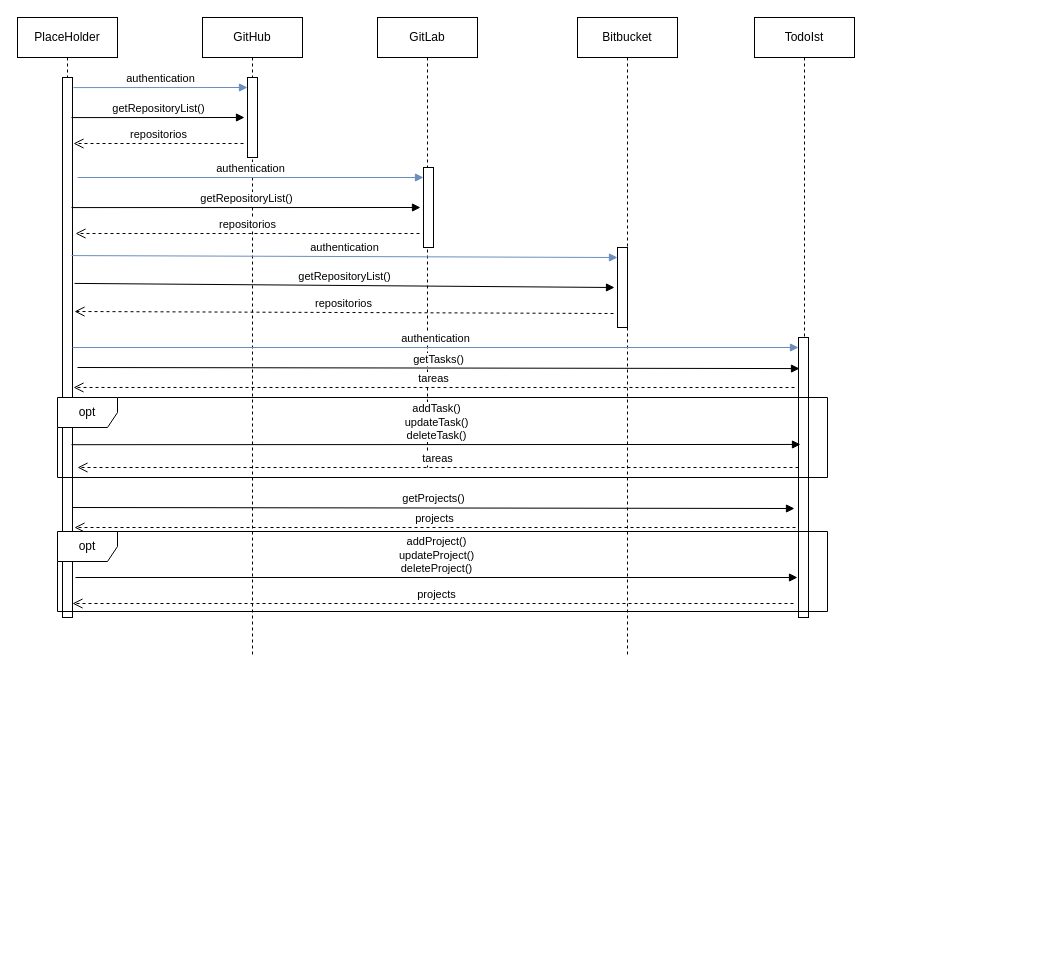
Before: Diagramas/Diagrama de secuencia alto nivel.drawio in ivasandom/AISS-Project-PlaceHolder, a draw.io diagram. Source tidied: cells renumbered, new cells numbered last; positions are measured from the earlier drawing's top-left corner, leaving out a move shared by most shapes. Both pictures are drawn from the tidied source at 100%, with x=0, y=0 at pixel (17, 17).
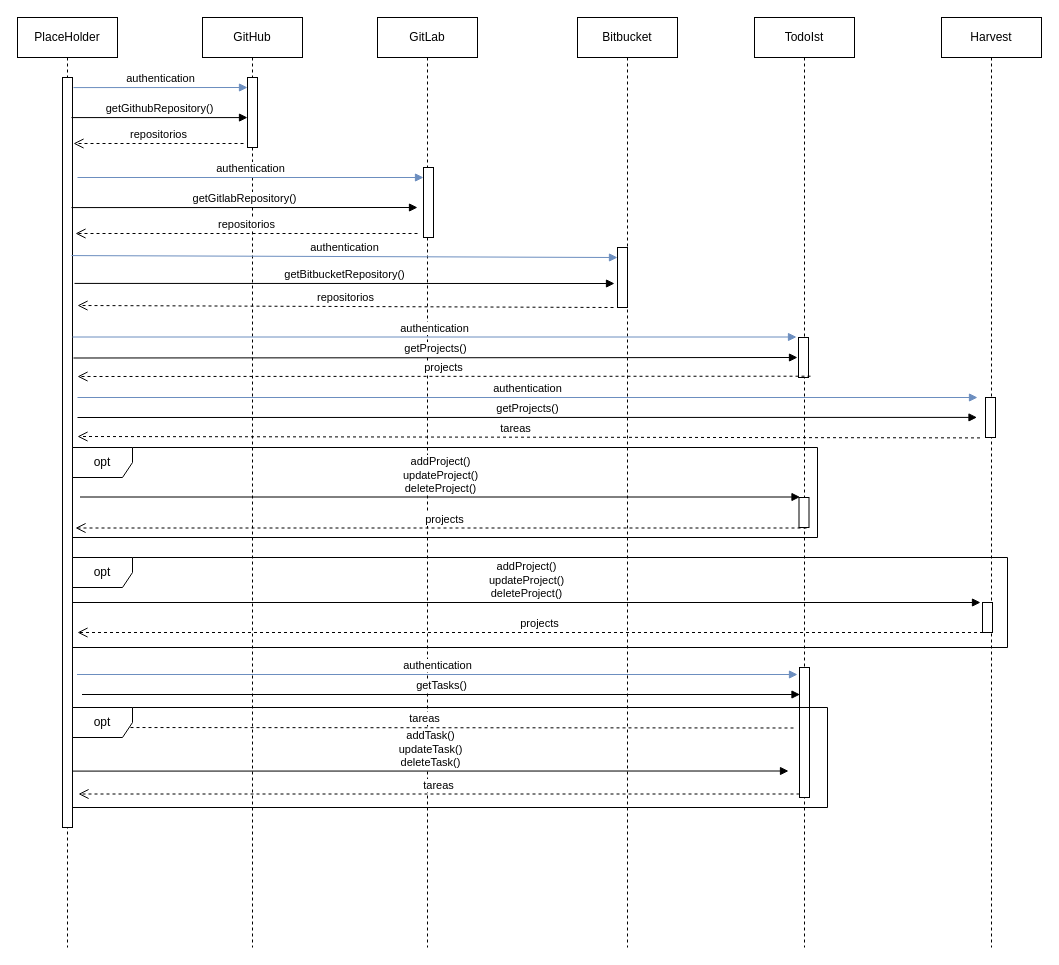
The same diagram, later.

The change refers to these unchanged cells:
```xml
<mxCell id="3" style="html=1;points=[];perimeter=orthogonalPerimeter;fillColor=#FFFFFF;gradientColor=none;" parent="2" vertex="1">
  <mxGeometry x="45" y="60" width="10" height="240" as="geometry" />
</mxCell>
```

What changed in the source:
```diff
@@
     <mxCell id="2" value="PlaceHolder" style="shape=umlLifeline;perimeter=lifelinePerimeter;whiteSpace=wrap;html=1;fillColor=#FFFFFF;gradientColor=none;" parent="1" vertex="1">
-      <mxGeometry width="100" height="600" as="geometry" />
+      <mxGeometry width="100" height="930" as="geometry" />
     </mxCell>
@@
     <mxCell id="4" style="html=1;points=[];perimeter=orthogonalPerimeter;fillColor=#FFFFFF;gradientColor=none;" parent="2" vertex="1">
-      <mxGeometry x="45" y="60" width="10" height="540" as="geometry" />
+      <mxGeometry x="45" y="60" width="10" height="750" as="geometry" />
     </mxCell>
     <mxCell id="5" value="GitHub" style="shape=umlLifeline;perimeter=lifelinePerimeter;whiteSpace=wrap;html=1;fillColor=#FFFFFF;gradientColor=none;" parent="1" vertex="1">
-      <mxGeometry x="185" width="100" height="640" as="geometry" />
+      <mxGeometry x="185" width="100" height="930" as="geometry" />
     </mxCell>
     <mxCell id="6" style="html=1;points=[];perimeter=orthogonalPerimeter;fillColor=#FFFFFF;gradientColor=none;" parent="5" vertex="1">
-      <mxGeometry x="45" y="60" width="10" height="80" as="geometry" />
+      <mxGeometry x="45" y="60" width="10" height="70" as="geometry" />
     </mxCell>
     <mxCell id="7" value="GitLab" style="shape=umlLifeline;perimeter=lifelinePerimeter;whiteSpace=wrap;html=1;fillColor=#FFFFFF;gradientColor=none;" parent="1" vertex="1">
-      <mxGeometry x="360" width="100" height="450" as="geometry" />
+      <mxGeometry x="360" width="100" height="930" as="geometry" />
     </mxCell>
     <mxCell id="8" style="html=1;points=[];perimeter=orthogonalPerimeter;fillColor=#FFFFFF;gradientColor=none;" parent="7" vertex="1">
-      <mxGeometry x="46" y="150" width="10" height="80" as="geometry" />
+      <mxGeometry x="46" y="150" width="10" height="70" as="geometry" />
     </mxCell>
@@
     <mxCell id="10" value="Bitbucket" style="shape=umlLifeline;perimeter=lifelinePerimeter;whiteSpace=wrap;html=1;fillColor=#FFFFFF;gradientColor=none;" parent="1" vertex="1">
-      <mxGeometry x="560" width="100" height="640" as="geometry" />
+      <mxGeometry x="560" width="100" height="930" as="geometry" />
     </mxCell>
     <mxCell id="11" style="html=1;points=[];perimeter=orthogonalPerimeter;fillColor=#FFFFFF;gradientColor=none;" parent="10" vertex="1">
-      <mxGeometry x="40" y="230" width="10" height="80" as="geometry" />
+      <mxGeometry x="40" y="230" width="10" height="60" as="geometry" />
     </mxCell>
@@
     <mxCell id="13" value="TodoIst" style="shape=umlLifeline;perimeter=lifelinePerimeter;whiteSpace=wrap;html=1;fillColor=#FFFFFF;gradientColor=none;" parent="1" vertex="1">
-      <mxGeometry x="737" width="100" height="600" as="geometry" />
+      <mxGeometry x="737" width="100" height="930" as="geometry" />
     </mxCell>
     <mxCell id="14" style="html=1;points=[];perimeter=orthogonalPerimeter;fillColor=#FFFFFF;gradientColor=none;" parent="13" vertex="1">
-      <mxGeometry x="44" y="320" width="10" height="280" as="geometry" />
+      <mxGeometry x="44" y="320" width="10" height="40" as="geometry" />
     </mxCell>
-    <mxCell id="15" value="authentication" style="html=1;verticalAlign=bottom;endArrow=block;entryX=0;entryY=0;fillColor=#dae8fc;strokeColor=#6c8ebf;rounded=1;" parent="13" edge="1" source="4">
-      <mxGeometry relative="1" as="geometry">
-        <mxPoint x="44" y="330" as="targetPoint" />
-      </mxGeometry>
-    </mxCell>
-    <mxCell id="16" value="tareas" style="html=1;verticalAlign=bottom;endArrow=open;dashed=1;endSize=8;strokeColor=#000000;entryX=1.1;entryY=0.574;entryDx=0;entryDy=0;entryPerimeter=0;" parent="13" edge="1" target="4">
-      <mxGeometry relative="1" as="geometry">
-        <mxPoint x="40" y="370" as="sourcePoint" />
-      </mxGeometry>
-    </mxCell>
@@
-    <mxCell id="18" value="getRepositoryList()" style="html=1;verticalAlign=bottom;endArrow=block;strokeColor=#000000;entryX=-0.3;entryY=0.5;entryDx=0;entryDy=0;entryPerimeter=0;exitX=0.9;exitY=0.167;exitDx=0;exitDy=0;exitPerimeter=0;" parent="1" edge="1" source="3" target="6">
+    <mxCell id="18" value="getGithubRepository()" style="html=1;verticalAlign=bottom;endArrow=block;strokeColor=#000000;exitX=0.9;exitY=0.167;exitDx=0;exitDy=0;exitPerimeter=0;" parent="1" edge="1" source="3" target="6">
       <mxGeometry relative="1" as="geometry" />
     </mxCell>
-    <mxCell id="19" value="repositorios" style="html=1;verticalAlign=bottom;endArrow=open;dashed=1;endSize=8;strokeColor=#000000;exitX=-0.4;exitY=0.825;exitDx=0;exitDy=0;exitPerimeter=0;entryX=1.1;entryY=0.275;entryDx=0;entryDy=0;entryPerimeter=0;" parent="1" edge="1" source="6" target="3">
-      <mxGeometry relative="1" as="geometry" />
+    <mxCell id="19" value="repositorios" style="html=1;verticalAlign=bottom;endArrow=open;dashed=1;endSize=8;strokeColor=#000000;entryX=1.1;entryY=0.275;entryDx=0;entryDy=0;entryPerimeter=0;" parent="1" edge="1" target="3">
+      <mxGeometry relative="1" as="geometry">
+        <mxPoint x="226" y="126" as="sourcePoint" />
+      </mxGeometry>
     </mxCell>
-    <mxCell id="20" value="getRepositoryList()" style="html=1;verticalAlign=bottom;endArrow=block;strokeColor=#000000;entryX=-0.3;entryY=0.5;entryDx=0;entryDy=0;entryPerimeter=0;exitX=0.9;exitY=0.542;exitDx=0;exitDy=0;exitPerimeter=0;" parent="1" edge="1" source="3" target="8">
-      <mxGeometry relative="1" as="geometry" />
+    <mxCell id="20" value="getGitlabRepository()" style="html=1;verticalAlign=bottom;endArrow=block;strokeColor=#000000;exitX=0.9;exitY=0.542;exitDx=0;exitDy=0;exitPerimeter=0;" parent="1" edge="1" source="3">
+      <mxGeometry relative="1" as="geometry">
+        <mxPoint x="400" y="190" as="targetPoint" />
+      </mxGeometry>
     </mxCell>
-    <mxCell id="21" value="repositorios" style="html=1;verticalAlign=bottom;endArrow=open;dashed=1;endSize=8;strokeColor=#000000;exitX=-0.4;exitY=0.825;exitDx=0;exitDy=0;exitPerimeter=0;entryX=1.3;entryY=0.65;entryDx=0;entryDy=0;entryPerimeter=0;" parent="1" edge="1" source="8" target="3">
-      <mxGeometry relative="1" as="geometry" />
+    <mxCell id="21" value="repositorios" style="html=1;verticalAlign=bottom;endArrow=open;dashed=1;endSize=8;strokeColor=#000000;entryX=1.3;entryY=0.65;entryDx=0;entryDy=0;entryPerimeter=0;" parent="1" edge="1" target="3">
+      <mxGeometry relative="1" as="geometry">
+        <mxPoint x="400" y="216" as="sourcePoint" />
+      </mxGeometry>
     </mxCell>
-    <mxCell id="22" value="getRepositoryList()" style="html=1;verticalAlign=bottom;endArrow=block;strokeColor=#000000;entryX=-0.3;entryY=0.5;entryDx=0;entryDy=0;entryPerimeter=0;exitX=1.2;exitY=0.858;exitDx=0;exitDy=0;exitPerimeter=0;" parent="1" edge="1" source="3" target="11">
-      <mxGeometry relative="1" as="geometry" />
+    <mxCell id="22" value="getBitbucketRepository()" style="html=1;verticalAlign=bottom;endArrow=block;strokeColor=#000000;exitX=1.2;exitY=0.858;exitDx=0;exitDy=0;exitPerimeter=0;" parent="1" edge="1" source="3">
+      <mxGeometry relative="1" as="geometry">
+        <mxPoint x="597" y="266" as="targetPoint" />
+      </mxGeometry>
     </mxCell>
-    <mxCell id="23" value="repositorios" style="html=1;verticalAlign=bottom;endArrow=open;dashed=1;endSize=8;strokeColor=#000000;exitX=-0.4;exitY=0.825;exitDx=0;exitDy=0;exitPerimeter=0;entryX=1.2;entryY=0.975;entryDx=0;entryDy=0;entryPerimeter=0;" parent="1" edge="1" source="11" target="3">
-      <mxGeometry relative="1" as="geometry" />
+    <mxCell id="23" value="repositorios" style="html=1;verticalAlign=bottom;endArrow=open;dashed=1;endSize=8;strokeColor=#000000;" parent="1" edge="1">
+      <mxGeometry relative="1" as="geometry">
+        <mxPoint x="596" y="290" as="sourcePoint" />
+        <mxPoint x="60" y="288" as="targetPoint" />
+      </mxGeometry>
     </mxCell>
-    <mxCell id="24" value="getTasks()" style="html=1;verticalAlign=bottom;endArrow=block;strokeColor=#000000;entryX=0.1;entryY=0.111;entryDx=0;entryDy=0;entryPerimeter=0;" parent="1" edge="1" target="14">
-      <mxGeometry relative="1" as="geometry">
-        <mxPoint x="60" y="350" as="sourcePoint" />
-      </mxGeometry>
-    </mxCell>
-    <mxCell id="25" value="&lt;div&gt;addTask()&lt;/div&gt;&lt;div&gt;updateTask()&lt;/div&gt;&lt;div&gt;deleteTask()&lt;br&gt;&lt;/div&gt;" style="html=1;verticalAlign=bottom;endArrow=block;strokeColor=#000000;exitX=0.9;exitY=0.68;exitDx=0;exitDy=0;exitPerimeter=0;entryX=0.2;entryY=0.382;entryDx=0;entryDy=0;entryPerimeter=0;" parent="1" edge="1" source="4" target="14">
-      <mxGeometry relative="1" as="geometry" />
+    <mxCell id="25" value="&lt;div&gt;addTask()&lt;/div&gt;&lt;div&gt;updateTask()&lt;/div&gt;&lt;div&gt;deleteTask()&lt;br&gt;&lt;/div&gt;" style="html=1;verticalAlign=bottom;endArrow=block;strokeColor=#000000;exitX=0.9;exitY=0.68;exitDx=0;exitDy=0;exitPerimeter=0;" parent="1" edge="1">
+      <mxGeometry relative="1" as="geometry">
+        <mxPoint x="55.1" y="753.6" as="sourcePoint" />
+        <mxPoint x="771" y="753.5" as="targetPoint" />
+      </mxGeometry>
     </mxCell>
-    <mxCell id="26" value="opt" style="shape=umlFrame;whiteSpace=wrap;html=1;fillColor=#FFFFFF;gradientColor=none;" parent="1" vertex="1">
-      <mxGeometry x="40" y="380" width="770" height="80" as="geometry" />
-    </mxCell>
     <mxCell id="27" value="tareas" style="html=1;verticalAlign=bottom;endArrow=open;dashed=1;endSize=8;strokeColor=#000000;entryX=1.1;entryY=0.574;entryDx=0;entryDy=0;entryPerimeter=0;" parent="1" edge="1">
       <mxGeometry relative="1" as="geometry">
-        <mxPoint x="781" y="450" as="sourcePoint" />
-        <mxPoint x="60" y="450" as="targetPoint" />
+        <mxPoint x="782" y="776.5" as="sourcePoint" />
+        <mxPoint x="61" y="776.5" as="targetPoint" />
       </mxGeometry>
     </mxCell>
-    <mxCell id="28" value="getProjects()" style="html=1;verticalAlign=bottom;endArrow=block;strokeColor=#000000;entryX=0.1;entryY=0.111;entryDx=0;entryDy=0;entryPerimeter=0;" parent="1" edge="1">
+    <mxCell id="28" value="getProjects()" style="html=1;verticalAlign=bottom;endArrow=block;strokeColor=#000000;" parent="1" edge="1">
       <mxGeometry relative="1" as="geometry">
-        <mxPoint x="55" y="490" as="sourcePoint" />
-        <mxPoint x="777" y="491" as="targetPoint" />
+        <mxPoint x="56" y="340.5" as="sourcePoint" />
+        <mxPoint x="780" y="340" as="targetPoint" />
       </mxGeometry>
     </mxCell>
-    <mxCell id="29" value="projects" style="html=1;verticalAlign=bottom;endArrow=open;dashed=1;endSize=8;strokeColor=#000000;entryX=1.1;entryY=0.574;entryDx=0;entryDy=0;entryPerimeter=0;" parent="1" edge="1">
+    <mxCell id="29" value="projects" style="html=1;verticalAlign=bottom;endArrow=open;dashed=1;endSize=8;strokeColor=#000000;" parent="1" edge="1">
       <mxGeometry relative="1" as="geometry">
-        <mxPoint x="778" y="510" as="sourcePoint" />
-        <mxPoint x="57" y="510" as="targetPoint" />
+        <mxPoint x="793" y="358.7" as="sourcePoint" />
+        <mxPoint x="60" y="359" as="targetPoint" />
       </mxGeometry>
     </mxCell>
-    <mxCell id="30" value="&lt;div&gt;addProject()&lt;/div&gt;&lt;div&gt;updateProject()&lt;/div&gt;&lt;div&gt;deleteProject()&lt;br&gt;&lt;/div&gt;" style="html=1;verticalAlign=bottom;endArrow=block;strokeColor=#000000;exitX=0.9;exitY=0.68;exitDx=0;exitDy=0;exitPerimeter=0;" parent="1" edge="1">
+    <mxCell id="30" value="&lt;div&gt;addProject()&lt;/div&gt;&lt;div&gt;updateProject()&lt;/div&gt;&lt;div&gt;deleteProject()&lt;br&gt;&lt;/div&gt;" style="html=1;verticalAlign=bottom;endArrow=block;strokeColor=#000000;" parent="1" edge="1">
       <mxGeometry relative="1" as="geometry">
-        <mxPoint x="58" y="560" as="sourcePoint" />
-        <mxPoint x="780" y="560" as="targetPoint" />
+        <mxPoint x="62.5" y="479.5" as="sourcePoint" />
+        <mxPoint x="782.5" y="479.5" as="targetPoint" />
       </mxGeometry>
     </mxCell>
-    <mxCell id="31" value="projects&lt;br&gt;" style="html=1;verticalAlign=bottom;endArrow=open;dashed=1;endSize=8;strokeColor=#000000;entryX=1.1;entryY=0.574;entryDx=0;entryDy=0;entryPerimeter=0;" parent="1" edge="1">
+    <mxCell id="31" value="projects&lt;br&gt;" style="html=1;verticalAlign=bottom;endArrow=open;dashed=1;endSize=8;strokeColor=#000000;" parent="1" edge="1">
       <mxGeometry x="-0.01" relative="1" as="geometry">
-        <mxPoint x="776" y="586" as="sourcePoint" />
-        <mxPoint x="55" y="586" as="targetPoint" />
+        <mxPoint x="789" y="510.5" as="sourcePoint" />
+        <mxPoint x="58" y="510.5" as="targetPoint" />
       </mxGeometry>
     </mxCell>
     <mxCell id="32" value="opt" style="shape=umlFrame;whiteSpace=wrap;html=1;fillColor=#FFFFFF;gradientColor=none;" parent="1" vertex="1">
-      <mxGeometry x="40" y="514" width="770" height="80" as="geometry" />
+      <mxGeometry x="55" y="430" width="745" height="90" as="geometry" />
     </mxCell>
+    <mxCell id="33" value="Harvest" style="shape=umlLifeline;perimeter=lifelinePerimeter;whiteSpace=wrap;html=1;fillColor=#FFFFFF;gradientColor=none;" parent="1" vertex="1">
+      <mxGeometry x="924" width="100" height="930" as="geometry" />
+    </mxCell>
+    <mxCell id="34" style="html=1;perimeter=orthogonalPerimeter;fillColor=#FFFFFF;gradientColor=none;" parent="33" vertex="1">
+      <mxGeometry x="44" y="380" width="10" height="40" as="geometry" />
+    </mxCell>
+    <mxCell id="35" value="authentication" style="html=1;verticalAlign=bottom;endArrow=block;fillColor=#dae8fc;strokeColor=#6c8ebf;rounded=1;" parent="1" edge="1">
+      <mxGeometry relative="1" as="geometry">
+        <mxPoint x="55" y="319.5" as="sourcePoint" />
+        <mxPoint x="779" y="319.5" as="targetPoint" />
+      </mxGeometry>
+    </mxCell>
+    <mxCell id="36" value="&lt;div&gt;getProjects()&lt;/div&gt;" style="html=1;verticalAlign=bottom;endArrow=block;strokeColor=#000000;" parent="1" edge="1">
+      <mxGeometry relative="1" as="geometry">
+        <mxPoint x="60" y="400" as="sourcePoint" />
+        <mxPoint x="959.5" y="399.9" as="targetPoint" />
+      </mxGeometry>
+    </mxCell>
+    <mxCell id="37" value="tareas" style="html=1;verticalAlign=bottom;endArrow=open;dashed=1;endSize=8;strokeColor=#000000;" parent="1" edge="1">
+      <mxGeometry x="0.03" relative="1" as="geometry">
+        <mxPoint x="962.5" y="420.4" as="sourcePoint" />
+        <mxPoint x="60" y="419" as="targetPoint" />
+      </mxGeometry>
+    </mxCell>
+    <mxCell id="38" value="authentication" style="html=1;verticalAlign=bottom;endArrow=block;fillColor=#dae8fc;strokeColor=#6c8ebf;rounded=1;" parent="1" edge="1">
+      <mxGeometry relative="1" as="geometry">
+        <mxPoint x="60" y="380" as="sourcePoint" />
+        <mxPoint x="960" y="380" as="targetPoint" />
+      </mxGeometry>
+    </mxCell>
+    <mxCell id="39" style="html=1;perimeter=orthogonalPerimeter;fillColor=#FFFFFF;gradientColor=none;" parent="1" vertex="1">
+      <mxGeometry x="781.5" y="480" width="10" height="30" as="geometry" />
+    </mxCell>
+    <mxCell id="40" value="&lt;div&gt;addProject()&lt;/div&gt;&lt;div&gt;updateProject()&lt;/div&gt;&lt;div&gt;deleteProject()&lt;br&gt;&lt;/div&gt;" style="html=1;verticalAlign=bottom;endArrow=block;strokeColor=#000000;" parent="1" edge="1">
+      <mxGeometry relative="1" as="geometry">
+        <mxPoint x="55" y="585" as="sourcePoint" />
+        <mxPoint x="963" y="585" as="targetPoint" />
+      </mxGeometry>
+    </mxCell>
+    <mxCell id="41" value="projects&lt;br&gt;" style="html=1;verticalAlign=bottom;endArrow=open;dashed=1;endSize=8;strokeColor=#000000;" parent="1" edge="1">
+      <mxGeometry x="-0.02" relative="1" as="geometry">
+        <mxPoint x="965.5" y="615" as="sourcePoint" />
+        <mxPoint x="60" y="615" as="targetPoint" />
+      </mxGeometry>
+    </mxCell>
+    <mxCell id="42" style="html=1;perimeter=orthogonalPerimeter;fillColor=#FFFFFF;gradientColor=none;" parent="1" vertex="1">
+      <mxGeometry x="965" y="585" width="10" height="30" as="geometry" />
+    </mxCell>
+    <mxCell id="15" value="authentication" style="html=1;verticalAlign=bottom;endArrow=block;fillColor=#dae8fc;strokeColor=#6c8ebf;rounded=1;" parent="1" edge="1">
+      <mxGeometry relative="1" as="geometry">
+        <mxPoint x="59.5" y="657" as="sourcePoint" />
+        <mxPoint x="780" y="657" as="targetPoint" />
+      </mxGeometry>
+    </mxCell>
+    <mxCell id="43" style="html=1;perimeter=orthogonalPerimeter;fillColor=#FFFFFF;gradientColor=none;" parent="1" vertex="1">
+      <mxGeometry x="782" y="650" width="10" height="130" as="geometry" />
+    </mxCell>
+    <mxCell id="24" value="getTasks()" style="html=1;verticalAlign=bottom;endArrow=block;strokeColor=#000000;" parent="1" edge="1">
+      <mxGeometry relative="1" as="geometry">
+        <mxPoint x="64.5" y="677" as="sourcePoint" />
+        <mxPoint x="782.5" y="677" as="targetPoint" />
+      </mxGeometry>
+    </mxCell>
+    <mxCell id="16" value="tareas" style="html=1;verticalAlign=bottom;endArrow=open;dashed=1;endSize=8;strokeColor=#000000;entryX=1.1;entryY=0.574;entryDx=0;entryDy=0;entryPerimeter=0;" parent="1" edge="1">
+      <mxGeometry x="0.03" relative="1" as="geometry">
+        <mxPoint x="776" y="710.5" as="sourcePoint" />
+        <mxPoint x="60.4" y="710" as="targetPoint" />
+      </mxGeometry>
+    </mxCell>
+    <mxCell id="44" value="opt" style="shape=umlFrame;whiteSpace=wrap;html=1;fillColor=#FFFFFF;gradientColor=none;" parent="1" vertex="1">
+      <mxGeometry x="55" y="540" width="935" height="90" as="geometry" />
+    </mxCell>
+    <mxCell id="45" value="opt" style="shape=umlFrame;whiteSpace=wrap;html=1;fillColor=#FFFFFF;gradientColor=none;" parent="1" vertex="1">
+      <mxGeometry x="55" y="690" width="755" height="100" as="geometry" />
+    </mxCell>
```
